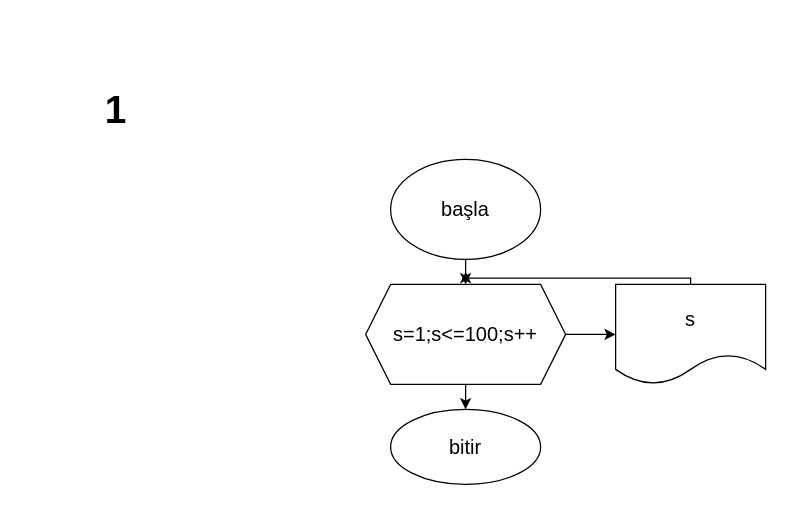
Before: page "Sayfa -12" (12 of 20) of Başlıksız Diyagram.drawio in FurkanAdalar/school, a draw.io diagram. Source tidied: cells renumbered, new cells numbered last; positions are measured from the earlier drawing's top-left corner, leaving out a move shared by most shapes. Both pictures are drawn from the tidied source at 125%, with x=0, y=0 at pixel (90, 78).
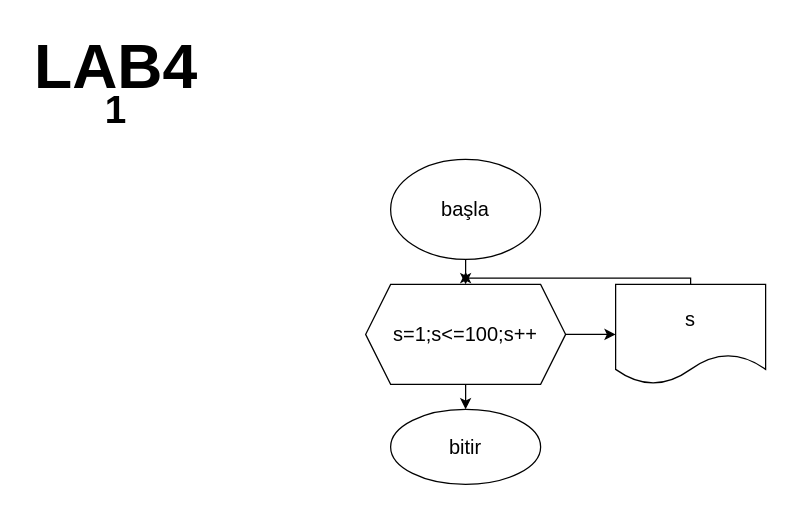
After the change.

Diff of the diagram source:
```diff
@@
 <mxGraphModel>
   <root>
     <mxCell id="0" />
     <mxCell id="1" parent="0" />
     <mxCell id="2" value="&lt;font style=&quot;font-size: 31px;&quot;&gt;&lt;b&gt;1&lt;/b&gt;&lt;/font&gt;" style="text;html=1;align=center;verticalAlign=middle;strokeColor=none;fillColor=none;fontSize=15;" parent="1" vertex="1">
       <mxGeometry width="40" height="50" as="geometry" />
     </mxCell>
     <mxCell id="3" style="edgeStyle=elbowEdgeStyle;rounded=0;jettySize=auto;elbow=vertical;html=1;fontSize=16;" parent="1" edge="1" source="4" target="7">
       <mxGeometry relative="1" as="geometry" />
     </mxCell>
     <mxCell id="4" value="başla" style="ellipse;whiteSpace=wrap;html=1;fontSize=16;" parent="1" vertex="1">
       <mxGeometry x="240" y="65" width="120" height="80" as="geometry" />
     </mxCell>
     <mxCell id="5" style="edgeStyle=elbowEdgeStyle;rounded=0;jettySize=auto;elbow=vertical;html=1;fontSize=16;" parent="1" edge="1" source="7" target="8">
       <mxGeometry relative="1" as="geometry" />
     </mxCell>
     <mxCell id="6" style="edgeStyle=elbowEdgeStyle;rounded=0;jettySize=auto;elbow=vertical;html=1;fontSize=16;" parent="1" edge="1" source="7" target="10">
       <mxGeometry relative="1" as="geometry" />
     </mxCell>
     <mxCell id="7" value="s=1;s&amp;lt;=100;s++" style="shape=hexagon;perimeter=hexagonPerimeter2;whiteSpace=wrap;html=1;fixedSize=1;fontSize=16;" parent="1" vertex="1">
       <mxGeometry x="220" y="165" width="160" height="80" as="geometry" />
     </mxCell>
     <mxCell id="8" value="bitir" style="ellipse;whiteSpace=wrap;html=1;fontSize=16;" parent="1" vertex="1">
       <mxGeometry x="240" y="265" width="120" height="60" as="geometry" />
     </mxCell>
     <mxCell id="9" style="edgeStyle=elbowEdgeStyle;rounded=0;jettySize=auto;elbow=vertical;html=1;fontSize=16;" parent="1" edge="1" source="10">
       <mxGeometry relative="1" as="geometry">
         <mxPoint x="300" y="155" as="targetPoint" />
       </mxGeometry>
     </mxCell>
     <mxCell id="10" value="s" style="shape=document;whiteSpace=wrap;html=1;boundedLbl=1;fontSize=16;" parent="1" vertex="1">
       <mxGeometry x="420" y="165" width="120" height="80" as="geometry" />
     </mxCell>
+    <mxCell id="11" value="&lt;b&gt;&lt;font style=&quot;font-size: 50px;&quot;&gt;LAB4&lt;/font&gt;&lt;/b&gt;" style="text;html=1;align=center;verticalAlign=middle;strokeColor=none;fillColor=none;" parent="1" vertex="1">
+      <mxGeometry x="-55" y="-45" width="150" height="70" as="geometry" />
+    </mxCell>
   </root>
 </mxGraphModel>
```
